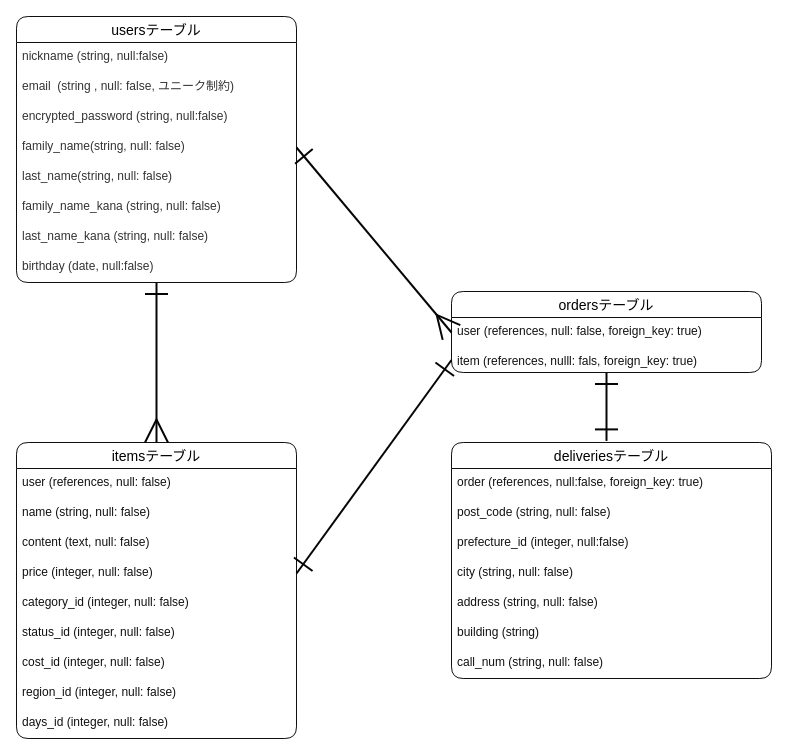
Before: firima.dio in shu1016/furima-40955, a draw.io diagram. Source tidied: cells renumbered, new cells numbered last; positions are measured from the earlier drawing's top-left corner, leaving out a move shared by most shapes. Both pictures are drawn from the tidied source at 100%, with x=0, y=0 at pixel (16, 16).
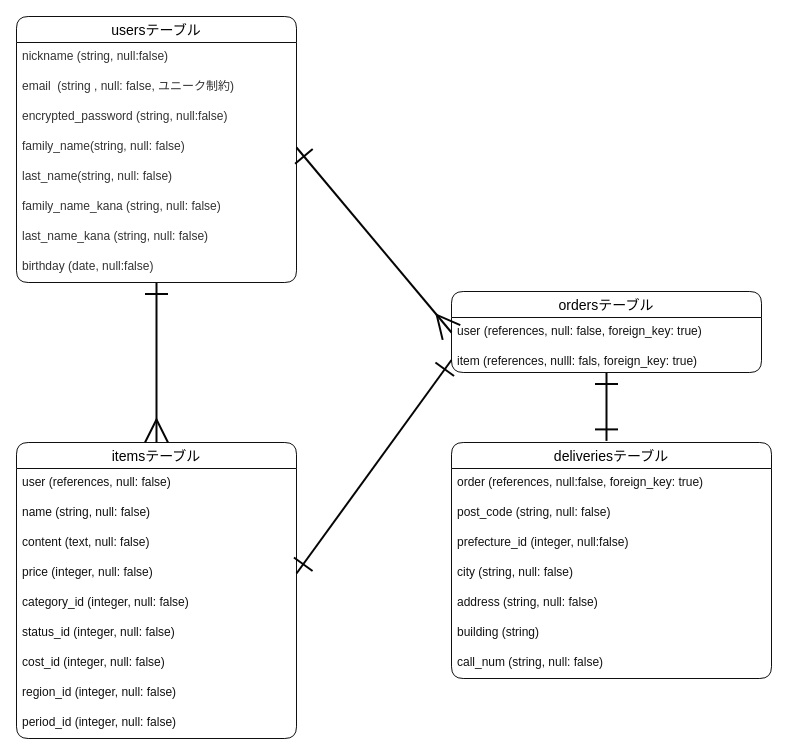
Above is the later version.

Commit message (it also covers changes not shown here):
データ設計 3rd commit

Unchanged cells that the change refers to:
```xml
<mxCell id="2" value="itemsテーブル" style="swimlane;fontStyle=0;horizontal=1;startSize=26;align=center;fontSize=14;rounded=1;strokeColor=#0f0f0f;" parent="1" vertex="1">
  <mxGeometry y="426" width="280" height="296" as="geometry" />
</mxCell>
```

Change to the diagram source:
```diff
@@
-    <mxCell id="11" value="days_id (integer, null: false)" style="text;strokeColor=none;fillColor=none;spacingLeft=4;spacingRight=4;overflow=hidden;fontSize=12;rounded=0;labelBackgroundColor=none;labelBorderColor=none;strokeWidth=1;fontColor=#121212;" parent="2" vertex="1">
+    <mxCell id="11" value="period_id (integer, null: false)" style="text;strokeColor=none;fillColor=none;spacingLeft=4;spacingRight=4;overflow=hidden;fontSize=12;rounded=0;labelBackgroundColor=none;labelBorderColor=none;strokeWidth=1;fontColor=#121212;" parent="2" vertex="1">
       <mxGeometry y="266" width="280" height="30" as="geometry" />
     </mxCell>
```
